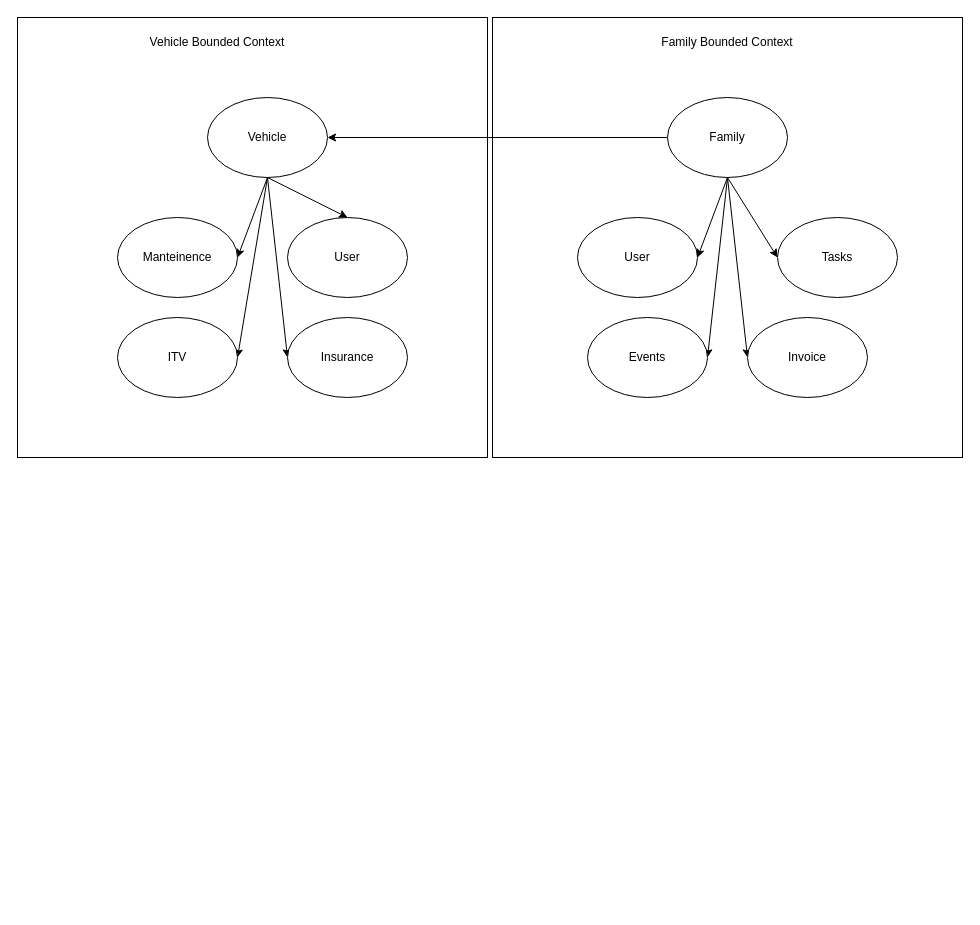
BrianValdiviesoDev/curso-microservicios-ddd-ts keeps this draw.io diagram as ddd-diagram.drawio. Above is the earlier version. Source tidied: cells renumbered, new cells numbered last; positions are measured from the earlier drawing's top-left corner, leaving out a move shared by most shapes. Both pictures are drawn from the tidied source at 100%, with x=0, y=0 at pixel (17, 17).
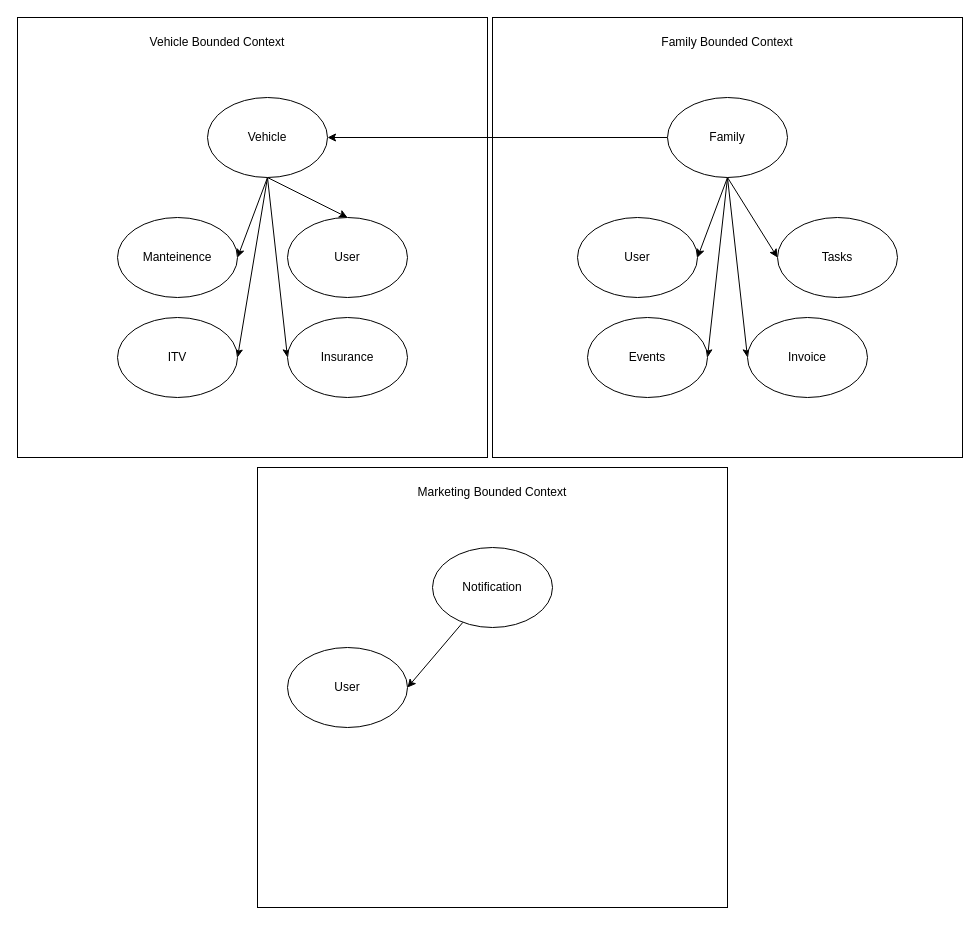
The same page after the edit.

Change to the diagram source:
```diff
@@
+    <mxCell id="25" style="rounded=0;whiteSpace=wrap;html=1;fillColor=none;" parent="1" vertex="1">
+      <mxGeometry x="240" y="450" width="470" height="440" as="geometry" />
+    </mxCell>
+    <mxCell id="26" style="edgeStyle=none;html=1;entryX=1;entryY=0.5;entryDx=0;entryDy=0;" parent="1" edge="1" source="27" target="28">
+      <mxGeometry relative="1" as="geometry" />
+    </mxCell>
+    <mxCell id="27" value="Notification" style="ellipse;whiteSpace=wrap;html=1;" parent="1" vertex="1">
+      <mxGeometry x="415" y="530" width="120" height="80" as="geometry" />
+    </mxCell>
+    <mxCell id="28" value="User" style="ellipse;whiteSpace=wrap;html=1;" parent="1" vertex="1">
+      <mxGeometry x="270" y="630" width="120" height="80" as="geometry" />
+    </mxCell>
+    <mxCell id="29" value="Marketing Bounded Context" style="text;html=1;strokeColor=none;fillColor=none;align=center;verticalAlign=middle;whiteSpace=wrap;rounded=0;" parent="1" vertex="1">
+      <mxGeometry x="395" y="460" width="160" height="30" as="geometry" />
+    </mxCell>
```
